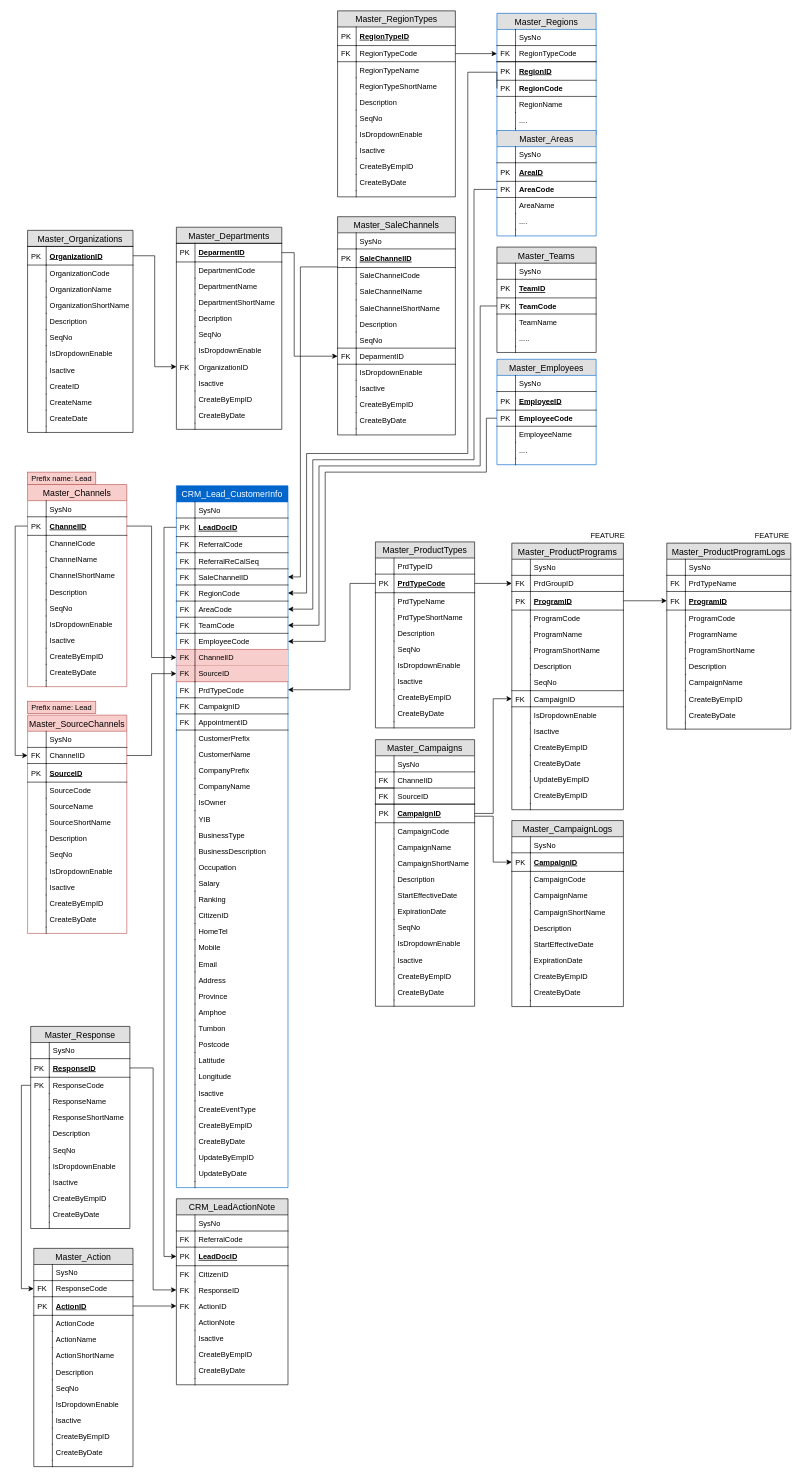
This is Lead Management ER.drawio from NatthapongNar/Diagram, a draw.io file, before an edit. Source tidied: cells renumbered, new cells numbered last; positions are measured from the earlier drawing's top-left corner, leaving out a move shared by most shapes. Both pictures are drawn from the tidied source at 62%, with x=0, y=0 at pixel (21, 11).
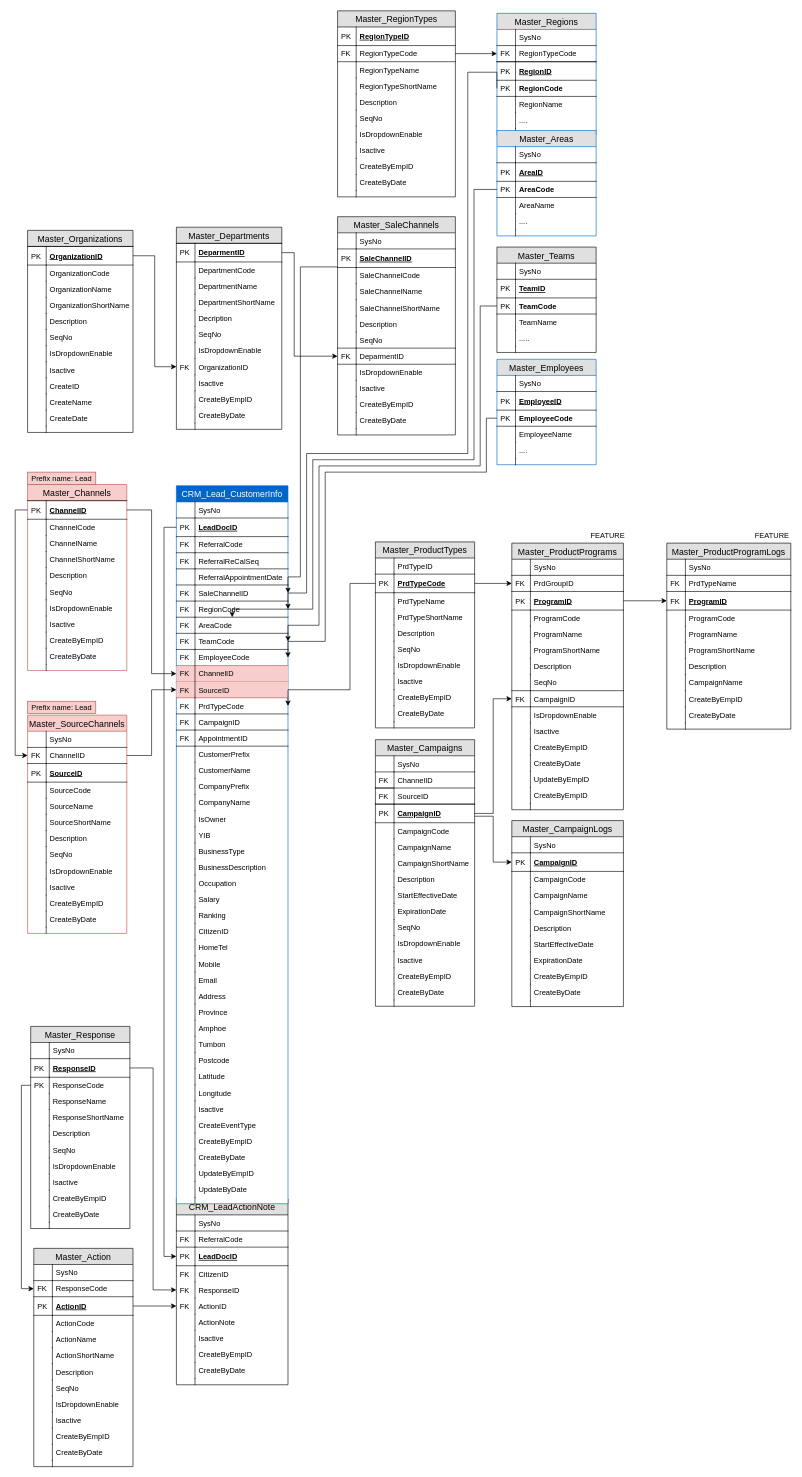
Above is the later version.

Change to the diagram source:
```diff
@@
     <mxCell id="136" value="Master_Channels" style="swimlane;fontStyle=0;horizontal=1;startSize=26;fillColor=#f8cecc;swimlaneFillColor=#ffffff;align=center;fontSize=14;strokeColor=#b85450;" parent="1" vertex="1">
-      <mxGeometry x="10" y="764" width="160" height="326" as="geometry" />
+      <mxGeometry x="10" y="764" width="160" height="300" as="geometry" />
     </mxCell>
-    <mxCell id="137" value="SysNo" style="shape=partialRectangle;top=0;left=0;right=0;bottom=0;align=left;verticalAlign=top;fillColor=none;spacingLeft=34;spacingRight=4;overflow=hidden;fontSize=12;" parent="136" vertex="1">
-      <mxGeometry y="26" width="160" height="26" as="geometry" />
-    </mxCell>
-    <mxCell id="138" style="shape=partialRectangle;top=0;left=0;bottom=0;fillColor=none;align=left;verticalAlign=top;spacingLeft=4;spacingRight=4;overflow=hidden;fontSize=12;" parent="137" vertex="1">
-      <mxGeometry width="30" height="26" as="geometry" />
-    </mxCell>
     <mxCell id="139" value="ChannelID" style="shape=partialRectangle;top=1;left=0;right=0;bottom=1;align=left;verticalAlign=middle;fillColor=none;spacingLeft=34;spacingRight=4;overflow=hidden;points=[[0,0.5],[1,0.5]];portConstraint=eastwest;fontStyle=5;fontSize=12;" parent="136" vertex="1">
-      <mxGeometry y="52" width="160" height="30" as="geometry" />
+      <mxGeometry y="26" width="160" height="30" as="geometry" />
     </mxCell>
@@
     <mxCell id="141" value="ChannelCode" style="shape=partialRectangle;top=0;left=0;right=0;bottom=0;align=left;verticalAlign=top;fillColor=none;spacingLeft=34;spacingRight=4;overflow=hidden;fontSize=12;" parent="136" vertex="1">
-      <mxGeometry y="82" width="160" height="26" as="geometry" />
+      <mxGeometry y="56" width="160" height="26" as="geometry" />
     </mxCell>
@@
     <mxCell id="143" value="ChannelName" style="shape=partialRectangle;top=0;left=0;right=0;bottom=0;align=left;verticalAlign=top;fillColor=none;spacingLeft=34;spacingRight=4;overflow=hidden;fontSize=12;" parent="136" vertex="1">
-      <mxGeometry y="108" width="160" height="26" as="geometry" />
+      <mxGeometry y="82" width="160" height="26" as="geometry" />
     </mxCell>
@@
     <mxCell id="145" value="ChannelShortName" style="shape=partialRectangle;top=0;left=0;right=0;bottom=0;align=left;verticalAlign=top;fillColor=none;spacingLeft=34;spacingRight=4;overflow=hidden;fontSize=12;" parent="136" vertex="1">
-      <mxGeometry y="134" width="160" height="26" as="geometry" />
+      <mxGeometry y="108" width="160" height="26" as="geometry" />
     </mxCell>
@@
     <mxCell id="147" value="Description" style="shape=partialRectangle;top=0;left=0;right=0;bottom=0;align=left;verticalAlign=top;fillColor=none;spacingLeft=34;spacingRight=4;overflow=hidden;fontSize=12;" parent="136" vertex="1">
-      <mxGeometry y="160" width="160" height="26" as="geometry" />
+      <mxGeometry y="134" width="160" height="26" as="geometry" />
     </mxCell>
@@
     <mxCell id="149" value="SeqNo" style="shape=partialRectangle;top=0;left=0;right=0;bottom=0;align=left;verticalAlign=top;fillColor=none;spacingLeft=34;spacingRight=4;overflow=hidden;fontSize=12;" parent="136" vertex="1">
-      <mxGeometry y="186" width="160" height="26" as="geometry" />
+      <mxGeometry y="160" width="160" height="26" as="geometry" />
     </mxCell>
@@
     <mxCell id="151" value="IsDropdownEnable" style="shape=partialRectangle;top=0;left=0;right=0;bottom=0;align=left;verticalAlign=top;fillColor=none;spacingLeft=34;spacingRight=4;overflow=hidden;fontSize=12;" parent="136" vertex="1">
-      <mxGeometry y="212" width="160" height="26" as="geometry" />
+      <mxGeometry y="186" width="160" height="26" as="geometry" />
     </mxCell>
@@
     <mxCell id="153" value="Isactive" style="shape=partialRectangle;top=0;left=0;right=0;bottom=0;align=left;verticalAlign=top;fillColor=none;spacingLeft=34;spacingRight=4;overflow=hidden;fontSize=12;" parent="136" vertex="1">
-      <mxGeometry y="238" width="160" height="26" as="geometry" />
+      <mxGeometry y="212" width="160" height="26" as="geometry" />
     </mxCell>
@@
     <mxCell id="155" value="CreateByEmpID" style="shape=partialRectangle;top=0;left=0;right=0;bottom=0;align=left;verticalAlign=top;fillColor=none;spacingLeft=34;spacingRight=4;overflow=hidden;fontSize=12;" parent="136" vertex="1">
-      <mxGeometry y="264" width="160" height="26" as="geometry" />
+      <mxGeometry y="238" width="160" height="26" as="geometry" />
     </mxCell>
@@
     <mxCell id="157" value="CreateByDate" style="shape=partialRectangle;top=0;left=0;right=0;bottom=0;align=left;verticalAlign=top;fillColor=none;spacingLeft=34;spacingRight=4;overflow=hidden;fontSize=12;" parent="136" vertex="1">
-      <mxGeometry y="290" width="160" height="26" as="geometry" />
+      <mxGeometry y="264" width="160" height="26" as="geometry" />
     </mxCell>
@@
     <mxCell id="159" style="shape=partialRectangle;top=0;left=0;right=0;bottom=0;align=left;verticalAlign=top;fillColor=none;spacingLeft=34;spacingRight=4;overflow=hidden;fontSize=12;" parent="136" vertex="1">
-      <mxGeometry y="316" width="160" height="10" as="geometry" />
+      <mxGeometry y="290" width="160" height="10" as="geometry" />
     </mxCell>
@@
     <mxCell id="347" value="CRM_Lead_CustomerInfo" style="swimlane;fontStyle=0;horizontal=1;startSize=26;fillColor=#0066CC;swimlaneFillColor=#ffffff;align=center;fontSize=14;strokeColor=#0066CC;fontColor=#FFFFFF;" parent="1" vertex="1">
-      <mxGeometry x="250" y="766" width="180" height="1132" as="geometry" />
+      <mxGeometry x="250" y="766" width="180" height="1158" as="geometry" />
     </mxCell>
@@
+    <mxCell id="529" value="ReferralAppointmentDate" style="shape=partialRectangle;top=1;left=0;right=0;bottom=0;align=left;verticalAlign=top;fillColor=none;spacingLeft=34;spacingRight=4;overflow=hidden;fontSize=12;" parent="347" vertex="1">
+      <mxGeometry y="134" width="180" height="26" as="geometry" />
+    </mxCell>
+    <mxCell id="138" style="shape=partialRectangle;top=0;left=0;bottom=0;fillColor=none;align=left;verticalAlign=top;spacingLeft=4;spacingRight=4;overflow=hidden;fontSize=12;" parent="529" vertex="1">
+      <mxGeometry width="30" height="26" as="geometry" />
+    </mxCell>
     <mxCell id="356" value="SaleChannelID" style="shape=partialRectangle;top=1;left=0;right=0;bottom=0;align=left;verticalAlign=top;fillColor=none;spacingLeft=34;spacingRight=4;overflow=hidden;points=[[0,0.5],[1,0.5]];portConstraint=eastwest;fontSize=12;" parent="347" vertex="1">
-      <mxGeometry y="134" width="180" height="26" as="geometry" />
+      <mxGeometry y="160" width="180" height="26" as="geometry" />
     </mxCell>
@@
     <mxCell id="358" value="RegionCode" style="shape=partialRectangle;top=1;left=0;right=0;bottom=0;align=left;verticalAlign=top;fillColor=none;spacingLeft=34;spacingRight=4;overflow=hidden;points=[[0,0.5],[1,0.5]];portConstraint=eastwest;fontSize=12;" parent="347" vertex="1">
-      <mxGeometry y="160" width="180" height="26" as="geometry" />
+      <mxGeometry y="186" width="180" height="26" as="geometry" />
     </mxCell>
@@
     <mxCell id="360" value="AreaCode" style="shape=partialRectangle;top=1;left=0;right=0;bottom=0;align=left;verticalAlign=top;fillColor=none;spacingLeft=34;spacingRight=4;overflow=hidden;points=[[0,0.5],[1,0.5]];portConstraint=eastwest;fontSize=12;" parent="347" vertex="1">
-      <mxGeometry y="186" width="180" height="26" as="geometry" />
+      <mxGeometry y="212" width="180" height="26" as="geometry" />
     </mxCell>
@@
     <mxCell id="362" value="TeamCode" style="shape=partialRectangle;top=1;left=0;right=0;bottom=0;align=left;verticalAlign=top;fillColor=none;spacingLeft=34;spacingRight=4;overflow=hidden;points=[[0,0.5],[1,0.5]];portConstraint=eastwest;fontSize=12;" parent="347" vertex="1">
-      <mxGeometry y="212" width="180" height="26" as="geometry" />
+      <mxGeometry y="238" width="180" height="26" as="geometry" />
     </mxCell>
@@
     <mxCell id="364" value="EmployeeCode" style="shape=partialRectangle;top=1;left=0;right=0;bottom=0;align=left;verticalAlign=top;fillColor=none;spacingLeft=34;spacingRight=4;overflow=hidden;points=[[0,0.5],[1,0.5]];portConstraint=eastwest;fontSize=12;" parent="347" vertex="1">
-      <mxGeometry y="238" width="180" height="26" as="geometry" />
+      <mxGeometry y="264" width="180" height="26" as="geometry" />
     </mxCell>
@@
     <mxCell id="366" value="ChannelID" style="shape=partialRectangle;top=1;left=0;right=0;bottom=1;align=left;verticalAlign=top;fillColor=#f8cecc;spacingLeft=34;spacingRight=4;overflow=hidden;points=[[0,0.5],[1,0.5]];portConstraint=eastwest;fontSize=12;strokeColor=#b85450;" parent="347" vertex="1">
-      <mxGeometry y="264" width="180" height="26" as="geometry" />
+      <mxGeometry y="290" width="180" height="26" as="geometry" />
     </mxCell>
@@
     <mxCell id="368" value="SourceID" style="shape=partialRectangle;top=0;left=0;right=0;bottom=1;align=left;verticalAlign=top;fillColor=#f8cecc;spacingLeft=34;spacingRight=4;overflow=hidden;points=[[0,0.5],[1,0.5]];portConstraint=eastwest;fontSize=12;strokeColor=#b85450;" parent="347" vertex="1">
-      <mxGeometry y="290" width="180" height="26" as="geometry" />
+      <mxGeometry y="316" width="180" height="26" as="geometry" />
     </mxCell>
@@
     <mxCell id="370" value="PrdTypeCode" style="shape=partialRectangle;top=0;left=0;right=0;bottom=1;align=left;verticalAlign=top;fillColor=none;spacingLeft=34;spacingRight=4;overflow=hidden;points=[[0,0.5],[1,0.5]];portConstraint=eastwest;fontSize=12;" parent="347" vertex="1">
-      <mxGeometry y="316" width="180" height="26" as="geometry" />
+      <mxGeometry y="342" width="180" height="26" as="geometry" />
     </mxCell>
@@
     <mxCell id="372" value="CampaignID" style="shape=partialRectangle;top=0;left=0;right=0;bottom=1;align=left;verticalAlign=top;fillColor=none;spacingLeft=34;spacingRight=4;overflow=hidden;fontSize=12;" parent="347" vertex="1">
-      <mxGeometry y="342" width="180" height="26" as="geometry" />
+      <mxGeometry y="368" width="180" height="26" as="geometry" />
     </mxCell>
@@
     <mxCell id="374" value="AppointmentID" style="shape=partialRectangle;top=0;left=0;right=0;bottom=1;align=left;verticalAlign=top;fillColor=none;spacingLeft=34;spacingRight=4;overflow=hidden;fontSize=12;" parent="347" vertex="1">
-      <mxGeometry y="368" width="180" height="26" as="geometry" />
+      <mxGeometry y="394" width="180" height="26" as="geometry" />
     </mxCell>
@@
     <mxCell id="376" value="CustomerPrefix" style="shape=partialRectangle;top=0;left=0;right=0;bottom=0;align=left;verticalAlign=top;fillColor=none;spacingLeft=34;spacingRight=4;overflow=hidden;fontSize=12;" parent="347" vertex="1">
-      <mxGeometry y="394" width="180" height="26" as="geometry" />
+      <mxGeometry y="420" width="180" height="26" as="geometry" />
     </mxCell>
@@
     <mxCell id="378" value="CustomerName" style="shape=partialRectangle;top=0;left=0;right=0;bottom=0;align=left;verticalAlign=top;fillColor=none;spacingLeft=34;spacingRight=4;overflow=hidden;fontSize=12;" parent="347" vertex="1">
-      <mxGeometry y="420" width="180" height="26" as="geometry" />
+      <mxGeometry y="446" width="180" height="26" as="geometry" />
     </mxCell>
@@
     <mxCell id="380" value="CompanyPrefix" style="shape=partialRectangle;top=0;left=0;right=0;bottom=0;align=left;verticalAlign=top;fillColor=none;spacingLeft=34;spacingRight=4;overflow=hidden;fontSize=12;" parent="347" vertex="1">
-      <mxGeometry y="446" width="180" height="26" as="geometry" />
+      <mxGeometry y="472" width="180" height="26" as="geometry" />
     </mxCell>
@@
     <mxCell id="382" value="CompanyName" style="shape=partialRectangle;top=0;left=0;right=0;bottom=0;align=left;verticalAlign=top;fillColor=none;spacingLeft=34;spacingRight=4;overflow=hidden;fontSize=12;" parent="347" vertex="1">
-      <mxGeometry y="472" width="180" height="26" as="geometry" />
+      <mxGeometry y="498" width="180" height="26" as="geometry" />
     </mxCell>
@@
     <mxCell id="384" value="IsOwner" style="shape=partialRectangle;top=0;left=0;right=0;bottom=0;align=left;verticalAlign=top;fillColor=none;spacingLeft=34;spacingRight=4;overflow=hidden;fontSize=12;" parent="347" vertex="1">
-      <mxGeometry y="498" width="180" height="26" as="geometry" />
+      <mxGeometry y="524" width="180" height="26" as="geometry" />
     </mxCell>
@@
     <mxCell id="386" value="YIB" style="shape=partialRectangle;top=0;left=0;right=0;bottom=0;align=left;verticalAlign=top;fillColor=none;spacingLeft=34;spacingRight=4;overflow=hidden;fontSize=12;" parent="347" vertex="1">
-      <mxGeometry y="524" width="180" height="26" as="geometry" />
+      <mxGeometry y="550" width="180" height="26" as="geometry" />
     </mxCell>
@@
     <mxCell id="388" value="BusinessType" style="shape=partialRectangle;top=0;left=0;right=0;bottom=0;align=left;verticalAlign=top;fillColor=none;spacingLeft=34;spacingRight=4;overflow=hidden;fontSize=12;" parent="347" vertex="1">
-      <mxGeometry y="550" width="180" height="26" as="geometry" />
+      <mxGeometry y="576" width="180" height="26" as="geometry" />
     </mxCell>
@@
     <mxCell id="390" value="BusinessDescription" style="shape=partialRectangle;top=0;left=0;right=0;bottom=0;align=left;verticalAlign=top;fillColor=none;spacingLeft=34;spacingRight=4;overflow=hidden;fontSize=12;" parent="347" vertex="1">
-      <mxGeometry y="576" width="180" height="26" as="geometry" />
+      <mxGeometry y="602" width="180" height="26" as="geometry" />
     </mxCell>
@@
     <mxCell id="392" value="Occupation" style="shape=partialRectangle;top=0;left=0;right=0;bottom=0;align=left;verticalAlign=top;fillColor=none;spacingLeft=34;spacingRight=4;overflow=hidden;fontSize=12;" parent="347" vertex="1">
-      <mxGeometry y="602" width="180" height="26" as="geometry" />
+      <mxGeometry y="628" width="180" height="26" as="geometry" />
     </mxCell>
@@
     <mxCell id="394" value="Salary" style="shape=partialRectangle;top=0;left=0;right=0;bottom=0;align=left;verticalAlign=top;fillColor=none;spacingLeft=34;spacingRight=4;overflow=hidden;fontSize=12;" parent="347" vertex="1">
-      <mxGeometry y="628" width="180" height="26" as="geometry" />
+      <mxGeometry y="654" width="180" height="26" as="geometry" />
     </mxCell>
@@
     <mxCell id="396" value="Ranking" style="shape=partialRectangle;top=0;left=0;right=0;bottom=0;align=left;verticalAlign=top;fillColor=none;spacingLeft=34;spacingRight=4;overflow=hidden;fontSize=12;" parent="347" vertex="1">
-      <mxGeometry y="654" width="180" height="26" as="geometry" />
+      <mxGeometry y="680" width="180" height="26" as="geometry" />
     </mxCell>
@@
     <mxCell id="398" value="CitizenID" style="shape=partialRectangle;top=0;left=0;right=0;bottom=0;align=left;verticalAlign=top;fillColor=none;spacingLeft=34;spacingRight=4;overflow=hidden;fontSize=12;" parent="347" vertex="1">
-      <mxGeometry y="680" width="180" height="26" as="geometry" />
+      <mxGeometry y="706" width="180" height="26" as="geometry" />
     </mxCell>
@@
     <mxCell id="400" value="HomeTel" style="shape=partialRectangle;top=0;left=0;right=0;bottom=0;align=left;verticalAlign=top;fillColor=none;spacingLeft=34;spacingRight=4;overflow=hidden;fontSize=12;" parent="347" vertex="1">
-      <mxGeometry y="706" width="180" height="26" as="geometry" />
+      <mxGeometry y="732" width="180" height="26" as="geometry" />
     </mxCell>
@@
     <mxCell id="402" value="Mobile" style="shape=partialRectangle;top=0;left=0;right=0;bottom=0;align=left;verticalAlign=top;fillColor=none;spacingLeft=34;spacingRight=4;overflow=hidden;fontSize=12;" parent="347" vertex="1">
-      <mxGeometry y="732" width="180" height="26" as="geometry" />
+      <mxGeometry y="758" width="180" height="26" as="geometry" />
     </mxCell>
@@
     <mxCell id="404" value="Email" style="shape=partialRectangle;top=0;left=0;right=0;bottom=0;align=left;verticalAlign=top;fillColor=none;spacingLeft=34;spacingRight=4;overflow=hidden;fontSize=12;" parent="347" vertex="1">
-      <mxGeometry y="758" width="180" height="26" as="geometry" />
+      <mxGeometry y="784" width="180" height="26" as="geometry" />
     </mxCell>
@@
     <mxCell id="406" value="Address" style="shape=partialRectangle;top=0;left=0;right=0;bottom=0;align=left;verticalAlign=top;fillColor=none;spacingLeft=34;spacingRight=4;overflow=hidden;fontSize=12;" parent="347" vertex="1">
-      <mxGeometry y="784" width="180" height="26" as="geometry" />
+      <mxGeometry y="810" width="180" height="26" as="geometry" />
     </mxCell>
@@
     <mxCell id="408" value="Province" style="shape=partialRectangle;top=0;left=0;right=0;bottom=0;align=left;verticalAlign=top;fillColor=none;spacingLeft=34;spacingRight=4;overflow=hidden;fontSize=12;" parent="347" vertex="1">
-      <mxGeometry y="810" width="180" height="26" as="geometry" />
+      <mxGeometry y="836" width="180" height="26" as="geometry" />
     </mxCell>
@@
     <mxCell id="410" value="Amphoe" style="shape=partialRectangle;top=0;left=0;right=0;bottom=0;align=left;verticalAlign=top;fillColor=none;spacingLeft=34;spacingRight=4;overflow=hidden;fontSize=12;" parent="347" vertex="1">
-      <mxGeometry y="836" width="180" height="26" as="geometry" />
+      <mxGeometry y="862" width="180" height="26" as="geometry" />
     </mxCell>
@@
     <mxCell id="412" value="Tumbon" style="shape=partialRectangle;top=0;left=0;right=0;bottom=0;align=left;verticalAlign=top;fillColor=none;spacingLeft=34;spacingRight=4;overflow=hidden;fontSize=12;" parent="347" vertex="1">
-      <mxGeometry y="862" width="180" height="26" as="geometry" />
+      <mxGeometry y="888" width="180" height="26" as="geometry" />
     </mxCell>
@@
     <mxCell id="414" value="Postcode" style="shape=partialRectangle;top=0;left=0;right=0;bottom=0;align=left;verticalAlign=top;fillColor=none;spacingLeft=34;spacingRight=4;overflow=hidden;fontSize=12;" parent="347" vertex="1">
-      <mxGeometry y="888" width="180" height="26" as="geometry" />
+      <mxGeometry y="914" width="180" height="26" as="geometry" />
     </mxCell>
@@
     <mxCell id="416" value="Latitude" style="shape=partialRectangle;top=0;left=0;right=0;bottom=0;align=left;verticalAlign=top;fillColor=none;spacingLeft=34;spacingRight=4;overflow=hidden;fontSize=12;" parent="347" vertex="1">
-      <mxGeometry y="914" width="180" height="26" as="geometry" />
+      <mxGeometry y="940" width="180" height="26" as="geometry" />
     </mxCell>
@@
     <mxCell id="418" value="Longitude" style="shape=partialRectangle;top=0;left=0;right=0;bottom=0;align=left;verticalAlign=top;fillColor=none;spacingLeft=34;spacingRight=4;overflow=hidden;fontSize=12;" parent="347" vertex="1">
-      <mxGeometry y="940" width="180" height="26" as="geometry" />
+      <mxGeometry y="966" width="180" height="26" as="geometry" />
     </mxCell>
@@
     <mxCell id="420" value="Isactive" style="shape=partialRectangle;top=0;left=0;right=0;bottom=0;align=left;verticalAlign=top;fillColor=none;spacingLeft=34;spacingRight=4;overflow=hidden;fontSize=12;" parent="347" vertex="1">
-      <mxGeometry y="966" width="180" height="26" as="geometry" />
+      <mxGeometry y="992" width="180" height="26" as="geometry" />
     </mxCell>
@@
     <mxCell id="422" value="CreateEventType" style="shape=partialRectangle;top=0;left=0;right=0;bottom=0;align=left;verticalAlign=top;fillColor=none;spacingLeft=34;spacingRight=4;overflow=hidden;fontSize=12;" parent="347" vertex="1">
-      <mxGeometry y="992" width="180" height="26" as="geometry" />
+      <mxGeometry y="1018" width="180" height="26" as="geometry" />
     </mxCell>
@@
     <mxCell id="424" value="CreateByEmpID" style="shape=partialRectangle;top=0;left=0;right=0;bottom=0;align=left;verticalAlign=top;fillColor=none;spacingLeft=34;spacingRight=4;overflow=hidden;fontSize=12;" parent="347" vertex="1">
-      <mxGeometry y="1018" width="180" height="26" as="geometry" />
+      <mxGeometry y="1044" width="180" height="26" as="geometry" />
     </mxCell>
@@
     <mxCell id="426" value="CreateByDate" style="shape=partialRectangle;top=0;left=0;right=0;bottom=0;align=left;verticalAlign=top;fillColor=none;spacingLeft=34;spacingRight=4;overflow=hidden;fontSize=12;" parent="347" vertex="1">
-      <mxGeometry y="1044" width="180" height="26" as="geometry" />
+      <mxGeometry y="1070" width="180" height="26" as="geometry" />
     </mxCell>
@@
     <mxCell id="428" value="UpdateByEmpID" style="shape=partialRectangle;top=0;left=0;right=0;bottom=0;align=left;verticalAlign=top;fillColor=none;spacingLeft=34;spacingRight=4;overflow=hidden;fontSize=12;" parent="347" vertex="1">
-      <mxGeometry y="1070" width="180" height="26" as="geometry" />
+      <mxGeometry y="1096" width="180" height="26" as="geometry" />
     </mxCell>
@@
     <mxCell id="430" value="UpdateByDate" style="shape=partialRectangle;top=0;left=0;right=0;bottom=0;align=left;verticalAlign=top;fillColor=none;spacingLeft=34;spacingRight=4;overflow=hidden;fontSize=12;" parent="347" vertex="1">
-      <mxGeometry y="1096" width="180" height="26" as="geometry" />
+      <mxGeometry y="1122" width="180" height="26" as="geometry" />
     </mxCell>
@@
     <mxCell id="432" style="shape=partialRectangle;top=0;left=0;right=0;bottom=0;align=left;verticalAlign=top;fillColor=none;spacingLeft=34;spacingRight=4;overflow=hidden;fontSize=12;" parent="347" vertex="1">
-      <mxGeometry y="1122" width="180" height="10" as="geometry" />
+      <mxGeometry y="1148" width="180" height="10" as="geometry" />
     </mxCell>
```
